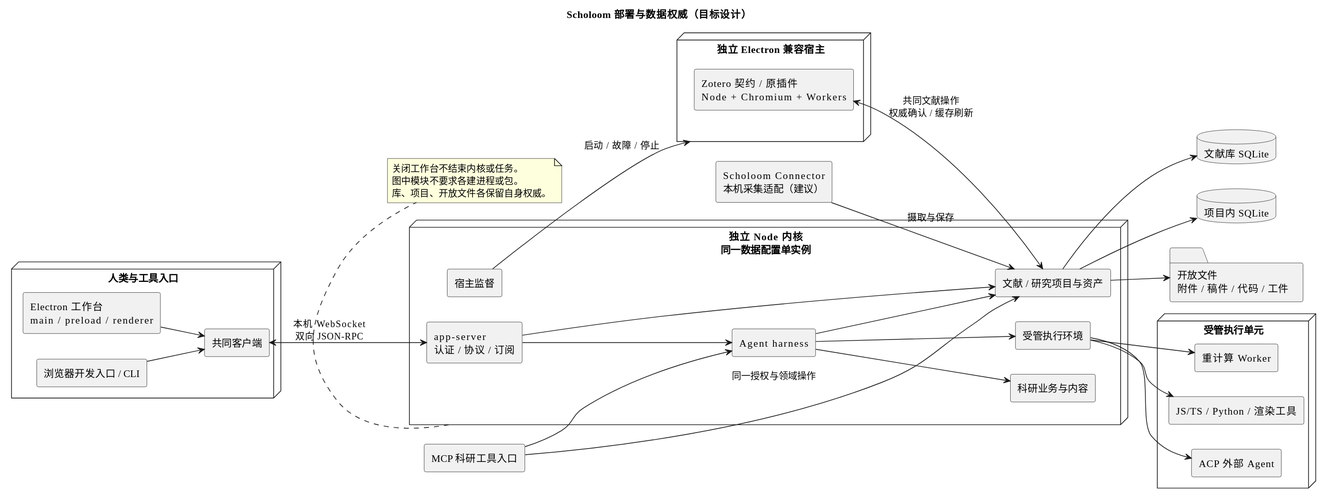
leike0813/Scholoom keeps this PlantUML diagram as docs/diagrams/deployment.svg. Above is the earlier version. Its diagram source:
```plantuml
@startuml
title Scholoom 部署与数据权威（目标设计）
skinparam defaultFontName Microsoft YaHei
skinparam shadowing false
skinparam componentStyle rectangle
left to right direction
node "人类与工具入口" {
  component "Electron 工作台\nmain / preload / renderer" as Desktop
  component "浏览器开发入口 / CLI" as Clients
  component "共同客户端" as Client
  Desktop --> Client
  Clients --> Client
}
node "独立 Node 内核\n同一数据配置单实例" as Kernel {
  component "app-server\n认证 / 协议 / 订阅" as Server
  component "文献 / 研究项目与资产" as Domain
  component "科研业务与内容" as Content
  component "Agent harness" as Harness
  component "受管执行环境" as Runtime
  component "宿主监督" as Supervisor
  Server --> Domain
  Server --> Harness
  Harness --> Content
  Harness --> Domain
  Harness --> Runtime
}
Client <--> Server : 本机 WebSocket\n双向 JSON-RPC
node "独立 Electron 兼容宿主" as Host {
  component "Zotero 契约 / 原插件\nNode + Chromium + Workers" as Plugins
}
node "受管执行单元" {
  component "重计算 Worker" as Worker
  component "JS/TS / Python / 渲染工具" as Processes
  component "ACP 外部 Agent" as ExternalAgent
}
Runtime --> Worker
Runtime --> Processes
Runtime --> ExternalAgent
Supervisor --> Host : 启动 / 故障 / 停止
Plugins <--> Domain : 共同文献操作\n权威确认 / 缓存刷新
database "文献库 SQLite" as LibraryDB
database "项目内 SQLite" as ProjectDB
folder "开放文件\n附件 / 稿件 / 代码 / 工件" as Files
Domain --> LibraryDB
Domain --> ProjectDB
Domain --> Files
component "Scholoom Connector\n本机采集适配（建议）" as Connector
Connector --> Domain : 摄取与保存
component "MCP 科研工具入口" as MCP
MCP --> Domain : 同一授权与领域操作
MCP --> Harness
note bottom of Kernel
  关闭工作台不结束内核或任务。
  图中模块不要求各建进程或包。
  库、项目、开放文件各保留自身权威。
end note
@enduml
```
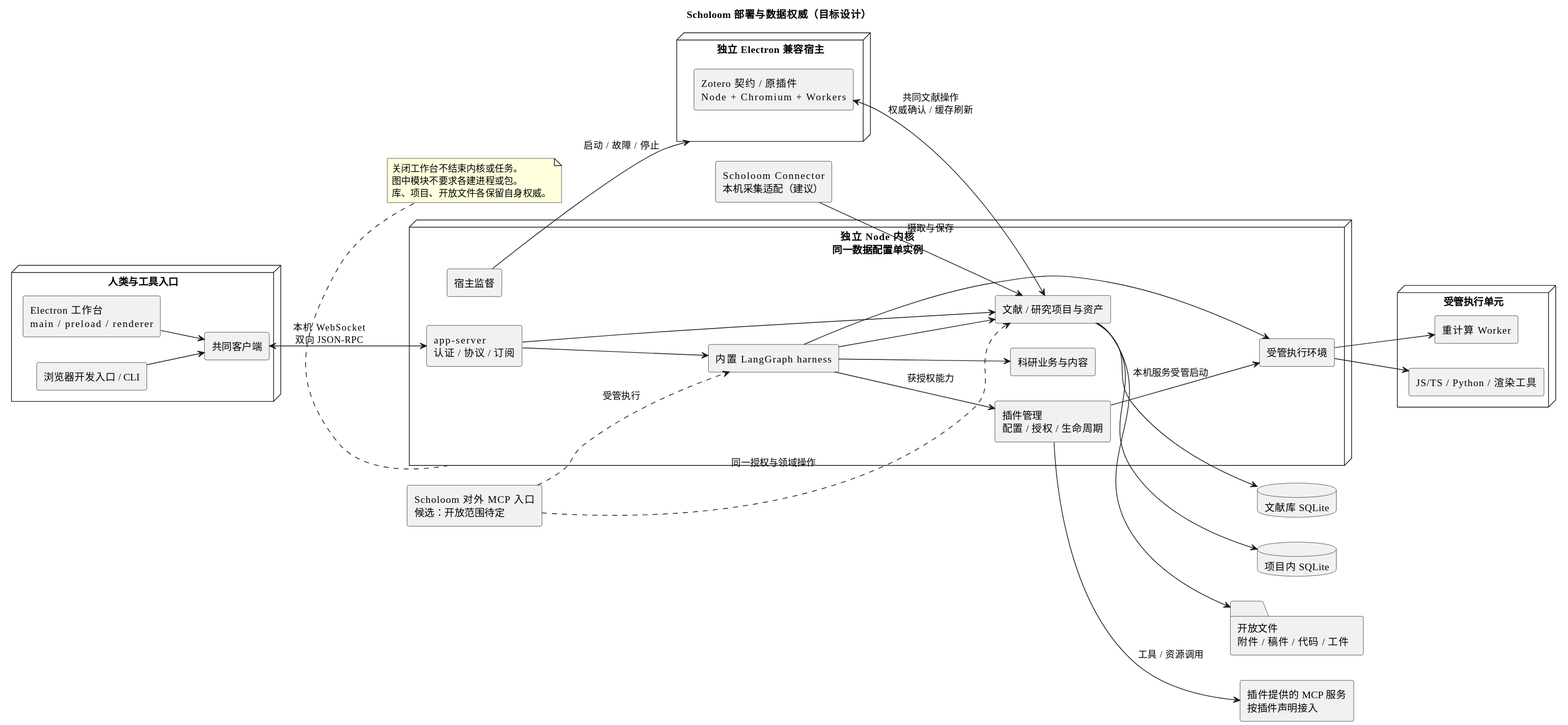
After the change.

Change to the diagram source:
```diff
@@ -15,7 +15,8 @@
   component "app-server\n认证 / 协议 / 订阅" as Server
   component "文献 / 研究项目与资产" as Domain
   component "科研业务与内容" as Content
-  component "Agent harness" as Harness
+  component "内置 LangGraph harness" as Harness
+  component "插件管理\n配置 / 授权 / 生命周期" as PluginManager
   component "受管执行环境" as Runtime
   component "宿主监督" as Supervisor
   Server --> Domain
@@ -23,6 +24,7 @@
   Harness --> Content
   Harness --> Domain
   Harness --> Runtime
+  Harness --> PluginManager : 获授权能力
 }
 Client <--> Server : 本机 WebSocket\n双向 JSON-RPC
 node "独立 Electron 兼容宿主" as Host {
@@ -31,11 +33,12 @@
 node "受管执行单元" {
   component "重计算 Worker" as Worker
   component "JS/TS / Python / 渲染工具" as Processes
-  component "ACP 外部 Agent" as ExternalAgent
 }
 Runtime --> Worker
 Runtime --> Processes
-Runtime --> ExternalAgent
+component "插件提供的 MCP 服务\n按插件声明接入" as PluginMCP
+PluginManager --> PluginMCP : 工具 / 资源调用
+PluginManager --> Runtime : 本机服务受管启动
 Supervisor --> Host : 启动 / 故障 / 停止
 Plugins <--> Domain : 共同文献操作\n权威确认 / 缓存刷新
 database "文献库 SQLite" as LibraryDB
@@ -46,9 +49,9 @@
 Domain --> Files
 component "Scholoom Connector\n本机采集适配（建议）" as Connector
 Connector --> Domain : 摄取与保存
-component "MCP 科研工具入口" as MCP
-MCP --> Domain : 同一授权与领域操作
-MCP --> Harness
+component "Scholoom 对外 MCP 入口\n候选：开放范围待定" as MCP
+MCP ..> Domain : 同一授权与领域操作
+MCP ..> Harness : 受管执行
 note bottom of Kernel
   关闭工作台不结束内核或任务。
   图中模块不要求各建进程或包。
```
